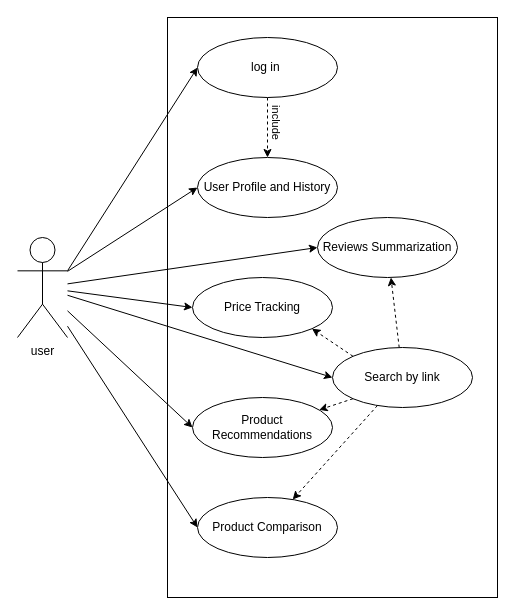
The draw.io diagram grad use case.drawio in amrawni33/grad-UML, before the edit. Source tidied: cells renumbered, new cells numbered last; positions are measured from the earlier drawing's top-left corner, leaving out a move shared by most shapes. Both pictures are drawn from the tidied source at 100%, with x=0, y=0 at pixel (17, 17).
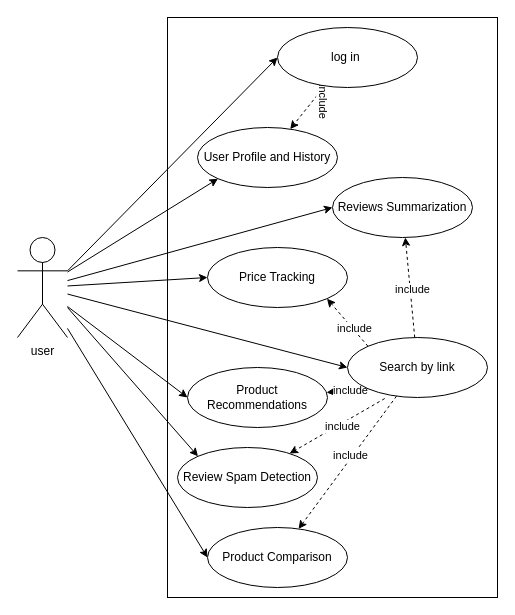
After the change.

Unchanged cells that the change refers to:
```xml
<mxCell id="3" value="user" style="shape=umlActor;verticalLabelPosition=bottom;verticalAlign=top;html=1;outlineConnect=0;strokeWidth=1;" parent="1" vertex="1">
  <mxGeometry y="220" width="50" height="100" as="geometry" />
</mxCell>
<mxCell id="10" style="rounded=0;jettySize=auto;html=1;dashed=1;" parent="1" edge="1" source="14" target="8">
  <mxGeometry relative="1" as="geometry" />
</mxCell>
<mxCell id="11" style="rounded=0;jettySize=auto;html=1;entryX=1;entryY=1;entryDx=0;entryDy=0;exitX=0;exitY=0;exitDx=0;exitDy=0;dashed=1;" parent="1" edge="1" source="14" target="9">
  <mxGeometry relative="1" as="geometry" />
</mxCell>
<mxCell id="12" style="rounded=0;jettySize=auto;html=1;dashed=1;" parent="1" edge="1" source="14" target="16">
  <mxGeometry relative="1" as="geometry" />
</mxCell>
<mxCell id="13" style="rounded=0;jettySize=auto;html=1;exitX=0;exitY=1;exitDx=0;exitDy=0;dashed=1;" parent="1" edge="1" source="14" target="15">
  <mxGeometry relative="1" as="geometry" />
</mxCell>
```

The edit, as a diff of the source:
```diff
@@
-    <mxCell id="4" style="edgeStyle=orthogonalEdgeStyle;rounded=0;jettySize=auto;html=1;dashed=1;" parent="1" edge="1" source="6" target="7">
+    <mxCell id="4" style="rounded=0;jettySize=auto;html=1;dashed=1;" parent="1" edge="1" source="6" target="7">
       <mxGeometry relative="1" as="geometry" />
     </mxCell>
     <mxCell id="5" value="include" style="edgeLabel;html=1;align=center;verticalAlign=middle;rotation=90;" parent="4" vertex="1">
       <mxGeometry x="-0.26" y="-4" relative="1" as="geometry">
-        <mxPoint x="14" y="2" as="offset" />
+        <mxPoint x="15" y="2" as="offset" />
       </mxGeometry>
     </mxCell>
     <mxCell id="6" value="log in&amp;nbsp;" style="ellipse;whiteSpace=wrap;html=1;" parent="1" vertex="1">
-      <mxGeometry x="180" y="20" width="140" height="60" as="geometry" />
+      <mxGeometry x="260" y="10" width="140" height="60" as="geometry" />
     </mxCell>
     <mxCell id="7" value="User Profile and History" style="ellipse;whiteSpace=wrap;html=1;" parent="1" vertex="1">
-      <mxGeometry x="180" y="140" width="140" height="60" as="geometry" />
+      <mxGeometry x="180" y="110" width="140" height="60" as="geometry" />
     </mxCell>
     <mxCell id="8" value="Reviews Summarization" style="ellipse;whiteSpace=wrap;html=1;" parent="1" vertex="1">
-      <mxGeometry x="300" y="200" width="140" height="60" as="geometry" />
+      <mxGeometry x="315" y="160" width="140" height="60" as="geometry" />
     </mxCell>
     <mxCell id="9" value="Price Tracking" style="ellipse;whiteSpace=wrap;html=1;" parent="1" vertex="1">
-      <mxGeometry x="175" y="260" width="140" height="60" as="geometry" />
+      <mxGeometry x="190" y="230" width="140" height="60" as="geometry" />
     </mxCell>
@@
+    <mxCell id="24" value="include" style="edgeLabel;html=1;align=center;verticalAlign=middle;" parent="10" vertex="1">
+      <mxGeometry x="-0.03" y="-2" relative="1" as="geometry" />
+    </mxCell>
@@
+    <mxCell id="25" value="include" style="edgeLabel;html=1;align=center;verticalAlign=middle;" parent="11" vertex="1">
+      <mxGeometry x="-0.26" y="-1" relative="1" as="geometry" />
+    </mxCell>
@@
+    <mxCell id="26" value="include" style="edgeLabel;html=1;align=center;verticalAlign=middle;" parent="12" vertex="1">
+      <mxGeometry x="-0.09" y="-3" relative="1" as="geometry" />
+    </mxCell>
@@
+    <mxCell id="27" value="include" style="edgeLabel;html=1;align=center;verticalAlign=middle;" parent="13" vertex="1">
+      <mxGeometry x="-0.15" relative="1" as="geometry" />
+    </mxCell>
     <mxCell id="14" value="Search by link" style="ellipse;whiteSpace=wrap;html=1;" parent="1" vertex="1">
-      <mxGeometry x="315" y="330" width="140" height="60" as="geometry" />
+      <mxGeometry x="330" y="320" width="140" height="60" as="geometry" />
     </mxCell>
     <mxCell id="15" value="Product Recommendations" style="ellipse;whiteSpace=wrap;html=1;" parent="1" vertex="1">
-      <mxGeometry x="175" y="380" width="140" height="60" as="geometry" />
+      <mxGeometry x="170" y="350" width="140" height="60" as="geometry" />
     </mxCell>
     <mxCell id="16" value="Product Comparison" style="ellipse;whiteSpace=wrap;html=1;" parent="1" vertex="1">
-      <mxGeometry x="180" y="480" width="140" height="60" as="geometry" />
+      <mxGeometry x="190" y="510" width="140" height="60" as="geometry" />
     </mxCell>
@@
-    <mxCell id="18" style="endArrow=classic;html=1;rounded=0;entryX=0;entryY=0.5;entryDx=0;entryDy=0;" parent="1" edge="1" source="3" target="7">
+    <mxCell id="18" style="endArrow=classic;html=1;rounded=0;entryX=0;entryY=1;entryDx=0;entryDy=0;" parent="1" edge="1" source="3" target="7">
       <mxGeometry relative="1" as="geometry" />
     </mxCell>
@@
+    <mxCell id="28" value="Review Spam Detection" style="ellipse;whiteSpace=wrap;html=1;" parent="1" vertex="1">
+      <mxGeometry x="160" y="430" width="140" height="60" as="geometry" />
+    </mxCell>
+    <mxCell id="29" style="endArrow=classic;html=1;rounded=0;exitX=0.266;exitY=1.017;exitDx=0;exitDy=0;exitPerimeter=0;dashed=1;" parent="1" edge="1" source="14" target="28">
+      <mxGeometry relative="1" as="geometry" />
+    </mxCell>
+    <mxCell id="30" value="include" style="edgeLabel;html=1;align=center;verticalAlign=middle;" parent="29" vertex="1">
+      <mxGeometry x="-0.07" y="2" relative="1" as="geometry" />
+    </mxCell>
+    <mxCell id="31" style="endArrow=classic;html=1;rounded=0;entryX=0;entryY=0;entryDx=0;entryDy=0;" parent="1" edge="1" target="28">
+      <mxGeometry relative="1" as="geometry">
+        <mxPoint x="50" y="290" as="sourcePoint" />
+      </mxGeometry>
+    </mxCell>
```
